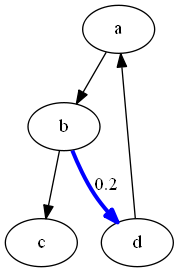
This is src/os/img/fileS.png from LucasLagrimante/teoriaDosGrafos, a Graphviz export, as it was before one commit. Its source is kept beside it as src/os/dot/fileS.dot.
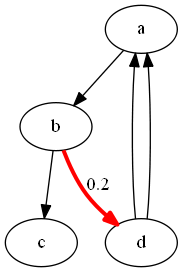
After the commit.

Change to the diagram source:
```diff
@@ -1,5 +1,6 @@
 digraph G {
      a -> b -> c;
-     b -> d [label="0.2",color=blue,penwidth=3.0 ];
+     b -> d [label="0.2",color=red,penwidth=3.0 ];
      d -> a;
+d -> a;
  }
```
